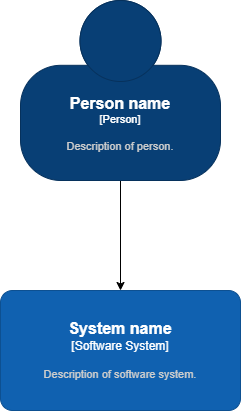
The draw.io diagram diagrams/C4.drawio.png in misterpavelbak/otus-arch-course, before a commit. Source tidied: cells renumbered, new cells last; positions are measured from the earlier drawing's top-left corner, leaving out a move shared by most shapes. Source of this version:
```xml
<mxGraphModel>
  <root>
    <mxCell id="0" />
    <mxCell id="1" parent="0" />
    <mxCell id="2" style="edgeStyle=none;html=1;" parent="1" edge="1" source="3" target="4">
      <mxGeometry relative="1" as="geometry" />
    </mxCell>
    <object id="3" label="&lt;font style=&quot;font-size: 16px&quot;&gt;&lt;b&gt;%c4Name%&lt;/b&gt;&lt;/font&gt;&lt;div&gt;[%c4Type%]&lt;/div&gt;&lt;br&gt;&lt;div&gt;&lt;font style=&quot;font-size: 11px&quot;&gt;&lt;font color=&quot;#cccccc&quot;&gt;%c4Description%&lt;/font&gt;&lt;/div&gt;" c4Description="Description of person." c4Name="Person name" c4Type="Person" placeholders="1">
      <mxCell style="html=1;fontSize=11;dashed=0;whiteSpace=wrap;fillColor=#083F75;strokeColor=#06315C;fontColor=#ffffff;shape=mxgraph.c4.person2;align=center;points=[[0.5,0,0],[1,0.5,0],[1,0.75,0],[0.75,1,0],[0.5,1,0],[0.25,1,0],[0,0.75,0],[0,0.5,0]];" parent="1" vertex="1">
        <mxGeometry x="20" width="200" height="180" as="geometry" />
      </mxCell>
    </object>
    <object id="4" label="&lt;font style=&quot;font-size: 16px&quot;&gt;&lt;b&gt;%c4Name%&lt;/b&gt;&lt;/font&gt;&lt;div&gt;[%c4Type%]&lt;/div&gt;&lt;br&gt;&lt;div&gt;&lt;font style=&quot;font-size: 11px&quot;&gt;&lt;font color=&quot;#cccccc&quot;&gt;%c4Description%&lt;/font&gt;&lt;/div&gt;" c4Description="Description of software system." c4Name="System name" c4Type="Software System" placeholders="1">
      <mxCell style="rounded=1;whiteSpace=wrap;html=1;labelBackgroundColor=none;fillColor=#1061B0;fontColor=#ffffff;align=center;arcSize=10;strokeColor=#0D5091;points=[[0.25,0,0],[0.5,0,0],[0.75,0,0],[1,0.25,0],[1,0.5,0],[1,0.75,0],[0.75,1,0],[0.5,1,0],[0.25,1,0],[0,0.75,0],[0,0.5,0],[0,0.25,0]];" parent="1" vertex="1">
        <mxGeometry y="290" width="240" height="120" as="geometry" />
      </mxCell>
    </object>
  </root>
</mxGraphModel>
```
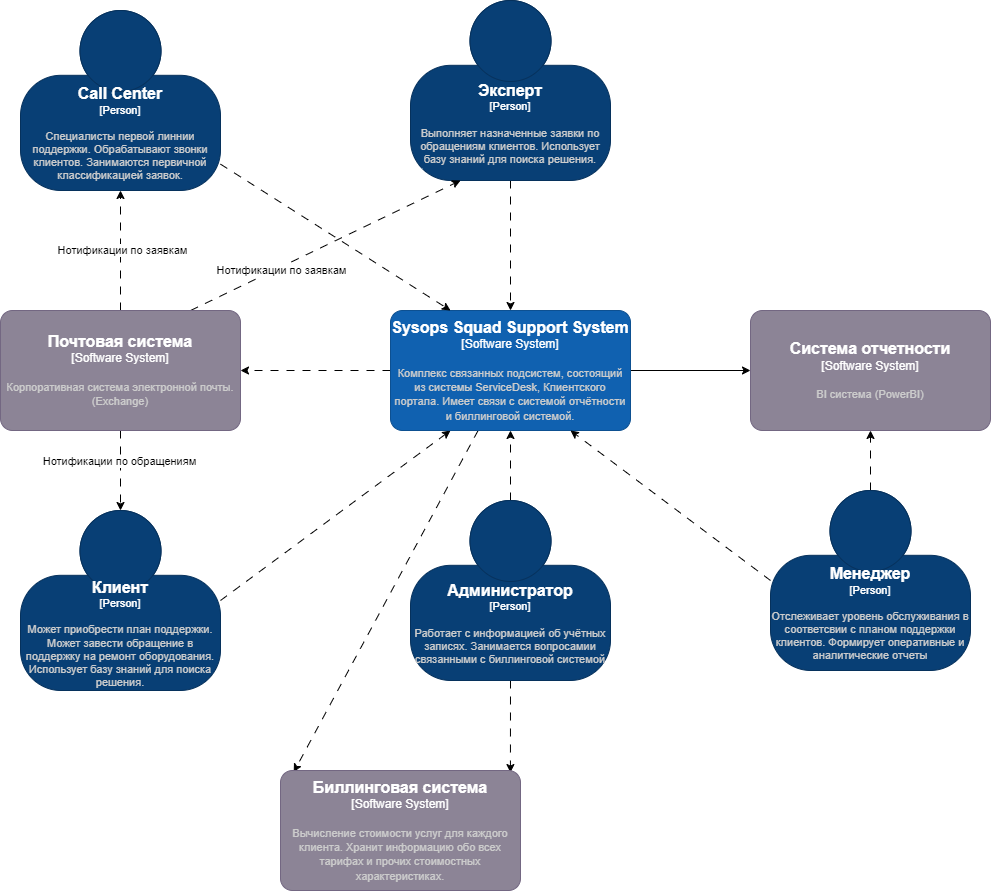
Above is the later version.

What changed in the source:
```diff
@@ -2,18 +2,108 @@
   <root>
     <mxCell id="0" />
     <mxCell id="1" parent="0" />
-    <mxCell id="2" style="edgeStyle=none;html=1;" parent="1" edge="1" source="3" target="4">
+    <mxCell id="2" style="edgeStyle=none;html=1;exitX=1;exitY=0.5;exitDx=0;exitDy=0;exitPerimeter=0;entryX=0.25;entryY=1;entryDx=0;entryDy=0;entryPerimeter=0;dashed=1;dashPattern=8 8;" parent="1" edge="1" source="3" target="4">
       <mxGeometry relative="1" as="geometry" />
     </mxCell>
-    <object id="3" label="&lt;font style=&quot;font-size: 16px&quot;&gt;&lt;b&gt;%c4Name%&lt;/b&gt;&lt;/font&gt;&lt;div&gt;[%c4Type%]&lt;/div&gt;&lt;br&gt;&lt;div&gt;&lt;font style=&quot;font-size: 11px&quot;&gt;&lt;font color=&quot;#cccccc&quot;&gt;%c4Description%&lt;/font&gt;&lt;/div&gt;" c4Description="Description of person." c4Name="Person name" c4Type="Person" placeholders="1">
+    <object id="3" label="&lt;font style=&quot;font-size: 16px&quot;&gt;&lt;b&gt;%c4Name%&lt;/b&gt;&lt;/font&gt;&lt;div&gt;[%c4Type%]&lt;/div&gt;&lt;br&gt;&lt;div&gt;&lt;font style=&quot;font-size: 11px&quot;&gt;&lt;font color=&quot;#cccccc&quot;&gt;%c4Description%&lt;/font&gt;&lt;/div&gt;" c4Description="Может приобрести план поддержки. Может завести обращение в поддержку на ремонт оборудования. Использует базу знаний для поиска решения." c4Name="Клиент" c4Type="Person" placeholders="1">
       <mxCell style="html=1;fontSize=11;dashed=0;whiteSpace=wrap;fillColor=#083F75;strokeColor=#06315C;fontColor=#ffffff;shape=mxgraph.c4.person2;align=center;points=[[0.5,0,0],[1,0.5,0],[1,0.75,0],[0.75,1,0],[0.5,1,0],[0.25,1,0],[0,0.75,0],[0,0.5,0]];" parent="1" vertex="1">
-        <mxGeometry x="20" width="200" height="180" as="geometry" />
+        <mxGeometry x="-380" y="500" width="200" height="180" as="geometry" />
       </mxCell>
     </object>
+    <mxCell id="5" style="edgeStyle=none;html=1;entryX=1;entryY=0.5;entryDx=0;entryDy=0;entryPerimeter=0;dashed=1;dashPattern=8 8;" parent="1" edge="1" source="4" target="23">
+      <mxGeometry relative="1" as="geometry" />
+    </mxCell>
+    <mxCell id="6" style="edgeStyle=none;html=1;entryX=0.055;entryY=0.013;entryDx=0;entryDy=0;entryPerimeter=0;dashed=1;dashPattern=8 8;" parent="1" edge="1" source="4" target="24">
+      <mxGeometry relative="1" as="geometry" />
+    </mxCell>
+    <mxCell id="7" style="edgeStyle=none;html=1;entryX=0;entryY=0.5;entryDx=0;entryDy=0;entryPerimeter=0;" parent="1" edge="1" source="4" target="25">
+      <mxGeometry relative="1" as="geometry" />
+    </mxCell>
-    <object id="4" label="&lt;font style=&quot;font-size: 16px&quot;&gt;&lt;b&gt;%c4Name%&lt;/b&gt;&lt;/font&gt;&lt;div&gt;[%c4Type%]&lt;/div&gt;&lt;br&gt;&lt;div&gt;&lt;font style=&quot;font-size: 11px&quot;&gt;&lt;font color=&quot;#cccccc&quot;&gt;%c4Description%&lt;/font&gt;&lt;/div&gt;" c4Description="Description of software system." c4Name="System name" c4Type="Software System" placeholders="1">
+    <object id="4" label="&lt;font style=&quot;font-size: 16px&quot;&gt;&lt;b&gt;%c4Name%&lt;/b&gt;&lt;/font&gt;&lt;div&gt;[%c4Type%]&lt;/div&gt;&lt;br&gt;&lt;div&gt;&lt;font style=&quot;font-size: 11px&quot;&gt;&lt;font color=&quot;#cccccc&quot;&gt;%c4Description%&lt;/font&gt;&lt;/div&gt;" c4Description="Комплекс связанных подсистем, состоящий из системы ServiceDesk, Клиентского портала. Имеет связи с системой отчётности и биллинговой системой. " c4Name="Sysops Squad Support System" c4Type="Software System" placeholders="1">
       <mxCell style="rounded=1;whiteSpace=wrap;html=1;labelBackgroundColor=none;fillColor=#1061B0;fontColor=#ffffff;align=center;arcSize=10;strokeColor=#0D5091;points=[[0.25,0,0],[0.5,0,0],[0.75,0,0],[1,0.25,0],[1,0.5,0],[1,0.75,0],[0.75,1,0],[0.5,1,0],[0.25,1,0],[0,0.75,0],[0,0.5,0],[0,0.25,0]];" parent="1" vertex="1">
-        <mxGeometry y="290" width="240" height="120" as="geometry" />
+        <mxGeometry x="-10" y="300" width="240" height="120" as="geometry" />
       </mxCell>
     </object>
+    <mxCell id="8" style="edgeStyle=none;html=1;dashed=1;dashPattern=8 8;" parent="1" edge="1" source="10" target="4">
+      <mxGeometry relative="1" as="geometry" />
+    </mxCell>
+    <mxCell id="9" style="edgeStyle=none;html=1;exitX=0.5;exitY=1;exitDx=0;exitDy=0;exitPerimeter=0;entryX=0.958;entryY=0.017;entryDx=0;entryDy=0;entryPerimeter=0;dashed=1;dashPattern=8 8;" parent="1" edge="1" source="10" target="24">
+      <mxGeometry relative="1" as="geometry" />
+    </mxCell>
+    <object id="10" label="&lt;font style=&quot;font-size: 16px&quot;&gt;&lt;b&gt;%c4Name%&lt;/b&gt;&lt;/font&gt;&lt;div&gt;[%c4Type%]&lt;/div&gt;&lt;br&gt;&lt;div&gt;&lt;font style=&quot;font-size: 11px&quot;&gt;&lt;font color=&quot;#cccccc&quot;&gt;%c4Description%&lt;/font&gt;&lt;/div&gt;" c4Description="Работает с информацией об учётных записях. Занимается вопросамии связанными с биллинговой системой" c4Name="Администратор" c4Type="Person" placeholders="1">
+      <mxCell style="html=1;fontSize=11;dashed=0;whiteSpace=wrap;fillColor=#083F75;strokeColor=#06315C;fontColor=#ffffff;shape=mxgraph.c4.person2;align=center;points=[[0.5,0,0],[1,0.5,0],[1,0.75,0],[0.75,1,0],[0.5,1,0],[0.25,1,0],[0,0.75,0],[0,0.5,0]];" parent="1" vertex="1">
+        <mxGeometry x="10" y="490" width="200" height="180" as="geometry" />
+      </mxCell>
+    </object>
+    <mxCell id="11" style="edgeStyle=none;html=1;entryX=0.75;entryY=1;entryDx=0;entryDy=0;entryPerimeter=0;exitX=0;exitY=0.5;exitDx=0;exitDy=0;exitPerimeter=0;dashed=1;dashPattern=8 8;" parent="1" edge="1" source="13" target="4">
+      <mxGeometry relative="1" as="geometry" />
+    </mxCell>
+    <mxCell id="12" style="edgeStyle=none;html=1;entryX=0.5;entryY=1;entryDx=0;entryDy=0;entryPerimeter=0;dashed=1;dashPattern=8 8;" parent="1" edge="1" source="13" target="25">
+      <mxGeometry relative="1" as="geometry" />
+    </mxCell>
+    <object id="13" label="&lt;font style=&quot;font-size: 16px&quot;&gt;&lt;b&gt;%c4Name%&lt;/b&gt;&lt;/font&gt;&lt;div&gt;[%c4Type%]&lt;/div&gt;&lt;br&gt;&lt;div&gt;&lt;font style=&quot;font-size: 11px&quot;&gt;&lt;font color=&quot;#cccccc&quot;&gt;%c4Description%&lt;/font&gt;&lt;/div&gt;" c4Description="Отслеживает уровень обслуживания в соответсвии с планом поддержки клиентов.  Формирует оперативные и аналитические отчеты" c4Name="Менеджер" c4Type="Person" placeholders="1">
+      <mxCell style="html=1;fontSize=11;dashed=0;whiteSpace=wrap;fillColor=#083F75;strokeColor=#06315C;fontColor=#ffffff;shape=mxgraph.c4.person2;align=center;points=[[0.5,0,0],[1,0.5,0],[1,0.75,0],[0.75,1,0],[0.5,1,0],[0.25,1,0],[0,0.75,0],[0,0.5,0]];" parent="1" vertex="1">
+        <mxGeometry x="370" y="480" width="200" height="180" as="geometry" />
+      </mxCell>
+    </object>
+    <mxCell id="14" style="edgeStyle=none;html=1;exitX=0.5;exitY=1;exitDx=0;exitDy=0;exitPerimeter=0;dashed=1;dashPattern=8 8;" parent="1" edge="1" source="15" target="4">
+      <mxGeometry relative="1" as="geometry" />
+    </mxCell>
+    <object id="15" label="&lt;font style=&quot;font-size: 16px&quot;&gt;&lt;b&gt;%c4Name%&lt;/b&gt;&lt;/font&gt;&lt;div&gt;[%c4Type%]&lt;/div&gt;&lt;br&gt;&lt;div&gt;&lt;font style=&quot;font-size: 11px&quot;&gt;&lt;font color=&quot;#cccccc&quot;&gt;%c4Description%&lt;/font&gt;&lt;/div&gt;" c4Description="Выполняет назначенные заявки по обращениям клиентов. Использует базу знаний для поиска решения." c4Name="Эксперт" c4Type="Person" placeholders="1">
+      <mxCell style="html=1;fontSize=11;dashed=0;whiteSpace=wrap;fillColor=#083F75;strokeColor=#06315C;fontColor=#ffffff;shape=mxgraph.c4.person2;align=center;points=[[0.5,0,0],[1,0.5,0],[1,0.75,0],[0.75,1,0],[0.5,1,0],[0.25,1,0],[0,0.75,0],[0,0.5,0]];" parent="1" vertex="1">
+        <mxGeometry x="10" y="-10" width="200" height="180" as="geometry" />
+      </mxCell>
+    </object>
+    <mxCell id="16" style="edgeStyle=none;html=1;entryX=0.25;entryY=1;entryDx=0;entryDy=0;entryPerimeter=0;exitX=0.792;exitY=0;exitDx=0;exitDy=0;exitPerimeter=0;dashed=1;dashPattern=8 8;" parent="1" edge="1" source="23" target="15">
+      <mxGeometry relative="1" as="geometry" />
+    </mxCell>
+    <mxCell id="17" value="&lt;span style=&quot;color: rgba(0, 0, 0, 0); font-family: monospace; font-size: 0px; text-align: start; background-color: rgb(42, 37, 47);&quot;&gt;%3CmxGraphModel%3E%3Croot%3E%3CmxCell%20id%3D%220%22%2F%3E%3CmxCell%20id%3D%221%22%20parent%3D%220%22%2F%3E%3CmxCell%20id%3D%222%22%20value%3D%22%D0%9D%D0%BE%D1%82%D0%B8%D1%84%D0%B8%D0%BA%D0%B0%D1%86%D0%B8%D1%8F%20%D0%BF%D0%BE%20%D0%BE%D0%B1%D1%80%D0%B0%D1%89%D0%B5%D0%BD%D0%B8%D1%8F%D0%BC%22%20style%3D%22edgeLabel%3Bhtml%3D1%3Balign%3Dcenter%3BverticalAlign%3Dmiddle%3Bresizable%3D0%3Bpoints%3D%5B%5D%3B%22%20vertex%3D%221%22%20connectable%3D%220%22%20parent%3D%221%22%3E%3CmxGeometry%20x%3D%22162.67524248431346%22%20y%3D%22746.535073974602%22%20as%3D%22geometry%22%2F%3E%3C%2FmxCell%3E%3C%2Froot%3E%3C%2FmxGraphModel%3E&lt;/span&gt;" style="edgeLabel;html=1;align=center;verticalAlign=middle;" parent="16" vertex="1">
+      <mxGeometry x="-0.26" relative="1" as="geometry" />
+    </mxCell>
+    <mxCell id="18" style="edgeStyle=none;html=1;rounded=1;dashed=1;dashPattern=8 8;entryX=0.5;entryY=0;entryDx=0;entryDy=0;entryPerimeter=0;" parent="1" edge="1" source="23" target="3">
+      <mxGeometry relative="1" as="geometry" />
+    </mxCell>
+    <mxCell id="19" value="Нотификации по обращениям" style="edgeLabel;html=1;align=center;verticalAlign=middle;" parent="18" vertex="1">
+      <mxGeometry x="0.37" y="1" relative="1" as="geometry">
+        <mxPoint x="-3" y="-25" as="offset" />
+      </mxGeometry>
+    </mxCell>
+    <mxCell id="20" style="edgeStyle=none;html=1;entryX=0.5;entryY=1;entryDx=0;entryDy=0;entryPerimeter=0;dashed=1;dashPattern=8 8;" parent="1" edge="1" source="23" target="27">
+      <mxGeometry relative="1" as="geometry" />
+    </mxCell>
+    <mxCell id="21" value="&lt;span style=&quot;color: rgba(0, 0, 0, 0); font-family: monospace; font-size: 0px; text-align: start; background-color: rgb(42, 37, 47);&quot;&gt;%3CmxGraphModel%3E%3Croot%3E%3CmxCell%20id%3D%220%22%2F%3E%3CmxCell%20id%3D%221%22%20parent%3D%220%22%2F%3E%3CmxCell%20id%3D%222%22%20value%3D%22%D0%9D%D0%BE%D1%82%D0%B8%D1%84%D0%B8%D0%BA%D0%B0%D1%86%D0%B8%D0%B8%20%D0%BF%D0%BE%20%D0%B7%D0%B0%D1%8F%D0%B2%D0%BA%D0%B0%D0%BC%22%20style%3D%22edgeLabel%3Bhtml%3D1%3Balign%3Dcenter%3BverticalAlign%3Dmiddle%3Bresizable%3D0%3Bpoints%3D%5B%5D%3B%22%20vertex%3D%221%22%20connectable%3D%220%22%20parent%3D%221%22%3E%3CmxGeometry%20x%3D%220.2606773050474658%22%20y%3D%22379.8692052860522%22%20as%3D%22geometry%22%2F%3E%3C%2FmxCell%3E%3C%2Froot%3E%3C%2FmxGraphModel%3E&lt;/span&gt;" style="edgeLabel;html=1;align=center;verticalAlign=middle;" parent="20" vertex="1">
+      <mxGeometry x="0.31" y="-1" relative="1" as="geometry" />
+    </mxCell>
+    <mxCell id="22" value="Нотификации по заявкам" style="edgeLabel;html=1;align=center;verticalAlign=middle;" parent="20" vertex="1">
+      <mxGeometry x="0.32" y="-1" relative="1" as="geometry">
+        <mxPoint y="18" as="offset" />
+      </mxGeometry>
+    </mxCell>
+    <object id="23" label="&lt;font style=&quot;font-size: 16px&quot;&gt;&lt;b&gt;%c4Name%&lt;/b&gt;&lt;/font&gt;&lt;div&gt;[%c4Type%]&lt;/div&gt;&lt;br&gt;&lt;div&gt;&lt;font style=&quot;font-size: 11px&quot;&gt;&lt;font color=&quot;#cccccc&quot;&gt;%c4Description%&lt;/font&gt;&lt;/div&gt;" c4Description="Корпоративная система электронной почты. (Exchange)" c4Name="Почтовая система" c4Type="Software System" placeholders="1">
+      <mxCell style="rounded=1;whiteSpace=wrap;html=1;labelBackgroundColor=none;fillColor=#8C8496;fontColor=#ffffff;align=center;arcSize=10;strokeColor=#736782;points=[[0.25,0,0],[0.5,0,0],[0.75,0,0],[1,0.25,0],[1,0.5,0],[1,0.75,0],[0.75,1,0],[0.5,1,0],[0.25,1,0],[0,0.75,0],[0,0.5,0],[0,0.25,0]];" parent="1" vertex="1">
+        <mxGeometry x="-400" y="300" width="240" height="120" as="geometry" />
+      </mxCell>
+    </object>
+    <object id="24" label="&lt;font style=&quot;font-size: 16px&quot;&gt;&lt;b&gt;%c4Name%&lt;/b&gt;&lt;/font&gt;&lt;div&gt;[%c4Type%]&lt;/div&gt;&lt;br&gt;&lt;div&gt;&lt;font style=&quot;font-size: 11px&quot;&gt;&lt;font color=&quot;#cccccc&quot;&gt;%c4Description%&lt;/font&gt;&lt;/div&gt;" c4Description="Вычисление стоимости услуг для каждого клиента. Хранит информацию обо всех тарифах и прочих стоимостных характеристиках." c4Name="Биллинговая система" c4Type="Software System" placeholders="1">
+      <mxCell style="rounded=1;whiteSpace=wrap;html=1;labelBackgroundColor=none;fillColor=#8C8496;fontColor=#ffffff;align=center;arcSize=10;strokeColor=#736782;points=[[0.25,0,0],[0.5,0,0],[0.75,0,0],[1,0.25,0],[1,0.5,0],[1,0.75,0],[0.75,1,0],[0.5,1,0],[0.25,1,0],[0,0.75,0],[0,0.5,0],[0,0.25,0]];" parent="1" vertex="1">
+        <mxGeometry x="-120" y="760" width="240" height="120" as="geometry" />
+      </mxCell>
+    </object>
+    <object id="25" label="&lt;font style=&quot;font-size: 16px&quot;&gt;&lt;b&gt;%c4Name%&lt;/b&gt;&lt;/font&gt;&lt;div&gt;[%c4Type%]&lt;/div&gt;&lt;br&gt;&lt;div&gt;&lt;font style=&quot;font-size: 11px&quot;&gt;&lt;font color=&quot;#cccccc&quot;&gt;%c4Description%&lt;/font&gt;&lt;/div&gt;" c4Description="BI cистема (PowerBI)" c4Name="Система отчетности" c4Type="Software System" placeholders="1">
+      <mxCell style="rounded=1;whiteSpace=wrap;html=1;labelBackgroundColor=none;fillColor=#8C8496;fontColor=#ffffff;align=center;arcSize=10;strokeColor=#736782;points=[[0.25,0,0],[0.5,0,0],[0.75,0,0],[1,0.25,0],[1,0.5,0],[1,0.75,0],[0.75,1,0],[0.5,1,0],[0.25,1,0],[0,0.75,0],[0,0.5,0],[0,0.25,0]];" parent="1" vertex="1">
+        <mxGeometry x="350" y="300" width="240" height="120" as="geometry" />
+      </mxCell>
+    </object>
+    <mxCell id="26" style="edgeStyle=none;html=1;entryX=0.25;entryY=0;entryDx=0;entryDy=0;entryPerimeter=0;dashed=1;dashPattern=8 8;" parent="1" edge="1" source="27" target="4">
+      <mxGeometry relative="1" as="geometry" />
+    </mxCell>
+    <object id="27" label="&lt;font style=&quot;font-size: 16px&quot;&gt;&lt;b&gt;%c4Name%&lt;/b&gt;&lt;/font&gt;&lt;div&gt;[%c4Type%]&lt;/div&gt;&lt;br&gt;&lt;div&gt;&lt;font style=&quot;font-size: 11px&quot;&gt;&lt;font color=&quot;#cccccc&quot;&gt;%c4Description%&lt;/font&gt;&lt;/div&gt;" c4Description="Специалисты первой линнии поддержки. Обрабатывают звонки клиентов. Занимаются первичной классификацией заявок." c4Name="Call Center" c4Type="Person" placeholders="1">
+      <mxCell style="html=1;fontSize=11;dashed=0;whiteSpace=wrap;fillColor=#083F75;strokeColor=#06315C;fontColor=#ffffff;shape=mxgraph.c4.person2;align=center;points=[[0.5,0,0],[1,0.5,0],[1,0.75,0],[0.75,1,0],[0.5,1,0],[0.25,1,0],[0,0.75,0],[0,0.5,0]];" parent="1" vertex="1">
+        <mxGeometry x="-380" width="200" height="180" as="geometry" />
+      </mxCell>
+    </object>
+    <mxCell id="28" value="Нотификации по заявкам" style="edgeLabel;html=1;align=center;verticalAlign=middle;" parent="1" vertex="1">
+      <mxGeometry x="-120" y="260" as="geometry" />
+    </mxCell>
   </root>
 </mxGraphModel>
```
